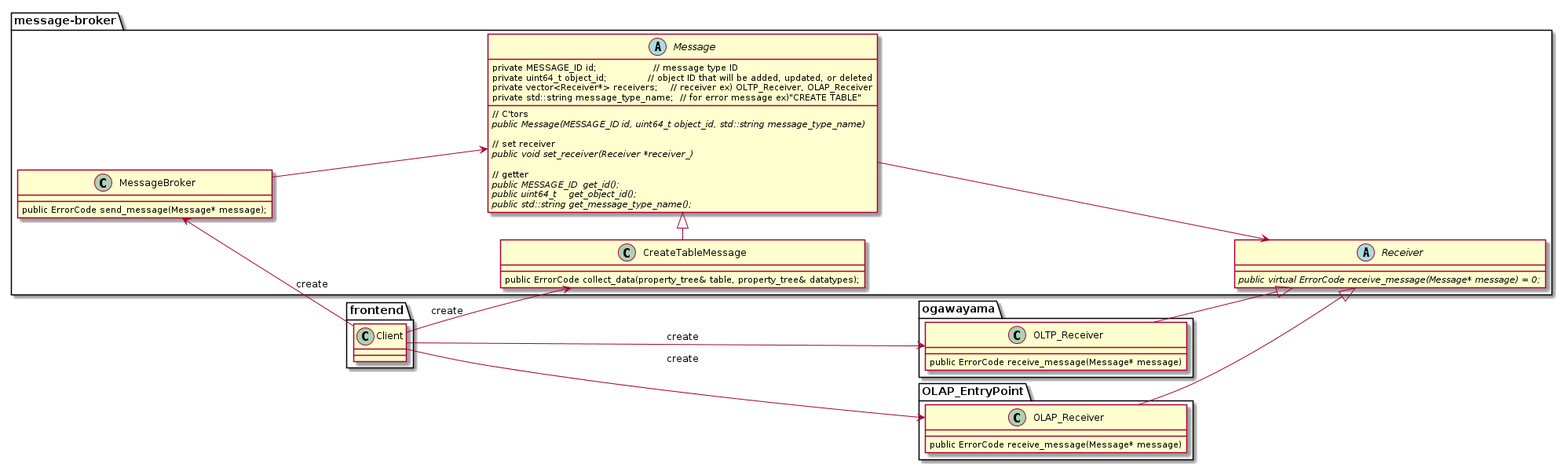
Above: docs/design/img/out/Command_detail/Command_detail.png in project-tsurugi/tsurugi_fdw (PlantUML), before the change.
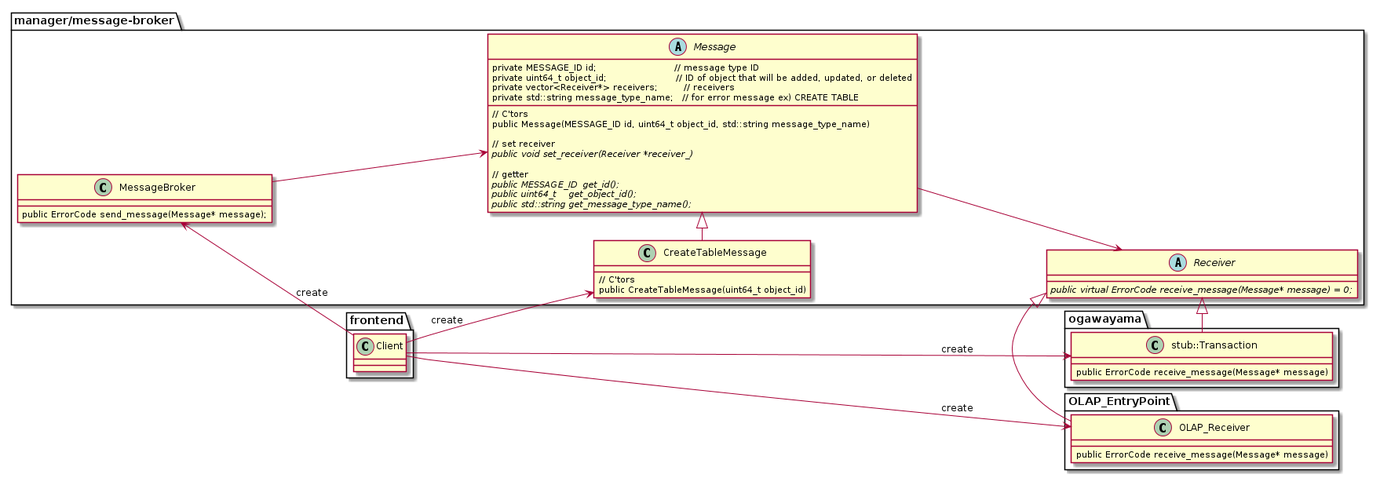
After the commit.

Diff of the diagram source:
```diff
@@ -1,18 +1,18 @@
 @startuml Command_detail
 left to right direction
 
-package message-broker {
+package "manager/message-broker" {
   abstract class Receiver {
     {abstract} public virtual ErrorCode receive_message(Message* message) = 0;
   }
 
   abstract class Message{
-  	{field} private MESSAGE_ID id;                  // message type ID
-  	{field} private uint64_t object_id;             // object ID that will be added, updated, or deleted
-  	{field} private vector<Receiver*> receivers;    // receiver ex) OLTP_Receiver, OLAP_Receiver
-  	{field} private std::string message_type_name;  // for error message ex)"CREATE TABLE"
+  	{field} private MESSAGE_ID id;　　　　　　　　　// message type ID
+  	{field} private uint64_t object_id;　　　　　　　　// ID of object that will be added, updated, or deleted
+  	{field} private vector<Receiver*> receivers;　　　// receivers
+  	{field} private std::string message_type_name;　// for error message ex) CREATE TABLE
     {method}// C'tors
-  	{method}{abstract} public Message(MESSAGE_ID id, uint64_t object_id, std::string message_type_name)
+  	{method}public Message(MESSAGE_ID id, uint64_t object_id, std::string message_type_name)
     {method}
     {method}// set receiver
   	{method}{abstract} public void set_receiver(Receiver *receiver_)
@@ -24,7 +24,8 @@
   }
 
   class CreateTableMessage {
-    public ErrorCode collect_data(property_tree& table, property_tree& datatypes);
+    {method}// C'tors
+  	{method}public CreateTableMessage(uint64_t object_id)
   }
 
   class MessageBroker {
@@ -33,7 +34,7 @@
 }
 
 package ogawayama {
-  class OLTP_Receiver {
+  class "stub::Transaction" {
     public ErrorCode receive_message(Message* message)
   }
 }
@@ -50,7 +51,7 @@
 
 }
 
-OLTP_Receiver --|> Receiver
+"stub::Transaction" -|> Receiver
 
 MessageBroker --> Message
 Message --> Receiver
@@ -58,10 +59,10 @@
 Message <|- CreateTableMessage
 
 Client --> CreateTableMessage : create
-Client --> OLTP_Receiver : create
-MessageBroker <-- Client : create
+Client -> "stub::Transaction" : create
+MessageBroker <- Client : create
 
-OLAP_Receiver --|> Receiver
-Client --> OLAP_Receiver : create
+OLAP_Receiver -|> Receiver
+Client -> OLAP_Receiver : create
 
 @enduml
```
